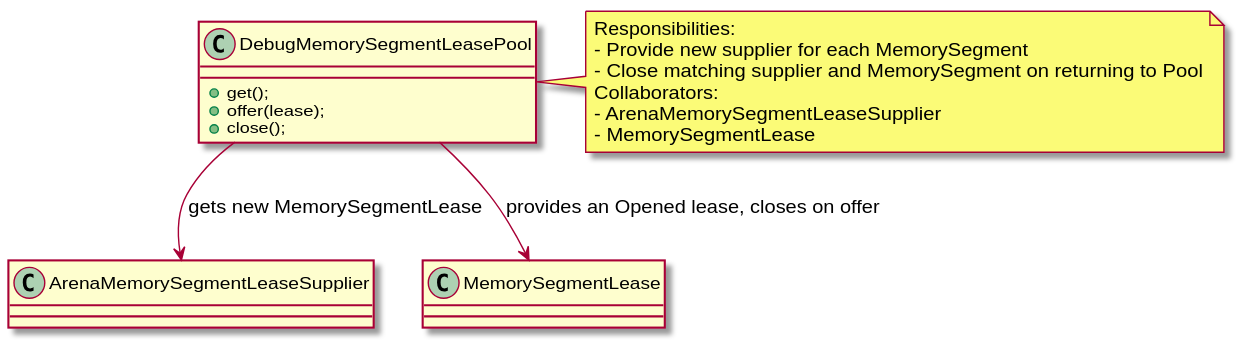
The PlantUML diagram docs/issue-11/doxygen/inline_umlgraph_6.svg in eemhu/buf_01, before a commit.
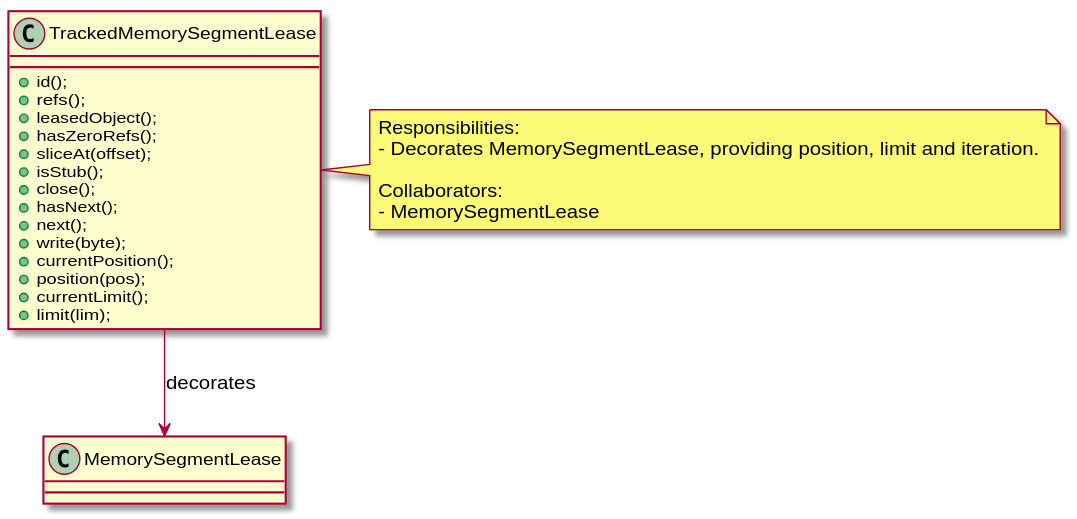
The same file after the commit.

The edit, as a diff of the source:
```diff
@@ -1,17 +1,28 @@
 @startuml inline_umlgraph_6.svg
-class DebugMemorySegmentLeasePool {
-+ get();
-+ offer(lease);
+class TrackedMemorySegmentLease {
++ id();
++ refs();
++ leasedObject();
++ hasZeroRefs();
++ sliceAt(offset);
++ isStub();
 + close();
++ hasNext();
++ next();
++ write(byte);
++ currentPosition();
++ position(pos);
++ currentLimit();
++ limit(lim);
 }
-DebugMemorySegmentLeasePool --> ArenaMemorySegmentLeaseSupplier : gets new MemorySegmentLease
-DebugMemorySegmentLeasePool --> MemorySegmentLease : provides an Opened lease, closes on offer
-note right of DebugMemorySegmentLeasePool
+
+TrackedMemorySegmentLease --> MemorySegmentLease : decorates
+
+note right of TrackedMemorySegmentLease
 Responsibilities:
-- Provide new supplier for each MemorySegment
-- Close matching supplier and MemorySegment on returning to Pool
+- Decorates MemorySegmentLease, providing position, limit and iteration.
+
 Collaborators:
-- ArenaMemorySegmentLeaseSupplier
 - MemorySegmentLease
 end note
 @enduml
```
